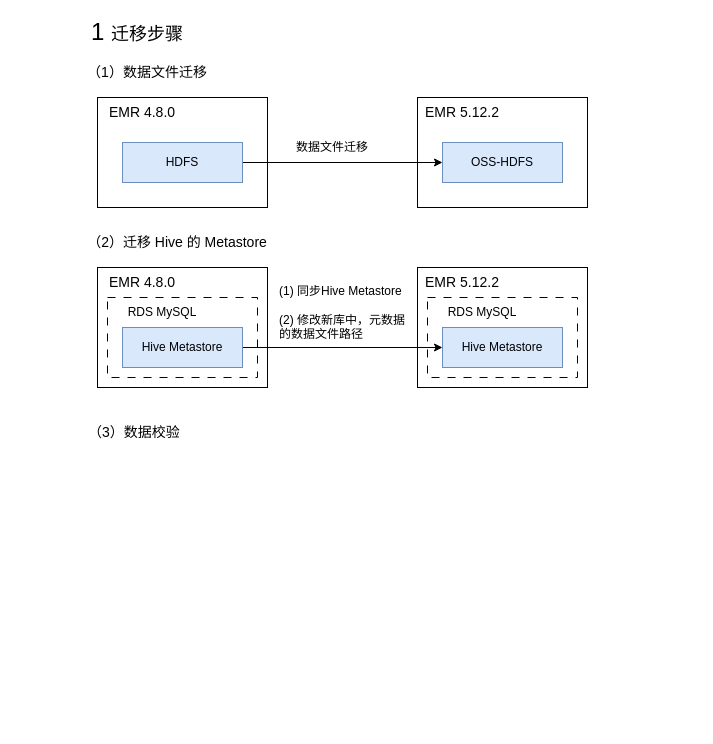
Before: emr_upgrade.drawio in fsJerryChan/fsJerryChan, a draw.io diagram. Source tidied: cells renumbered, new cells numbered last; positions are measured from the earlier drawing's top-left corner, leaving out a move shared by most shapes. Both pictures are drawn from the tidied source at 100%, with x=0, y=0 at pixel (17, 17).
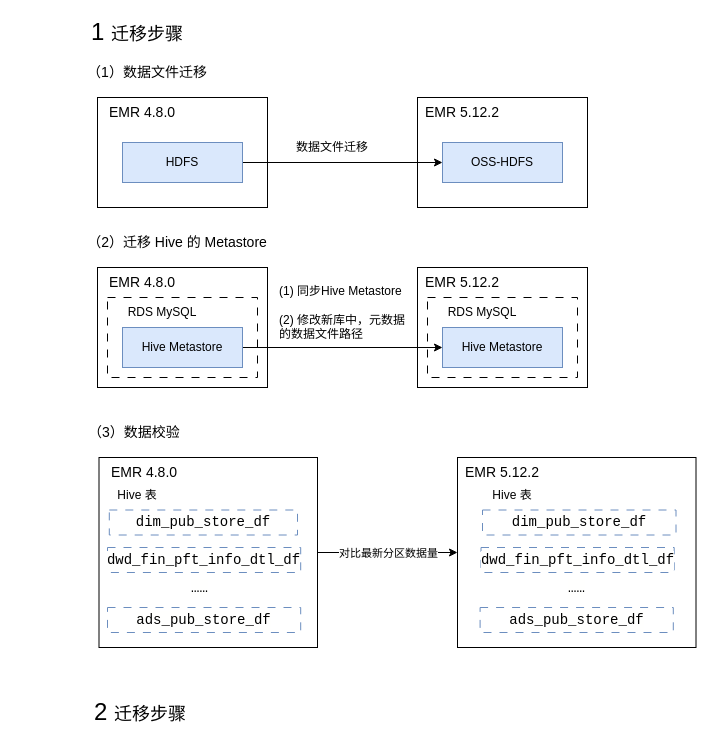
After the change.

Diff of the diagram source:
```diff
@@
-    <mxCell id="2" value="&lt;font style=&quot;font-size: 24px;&quot;&gt;1&amp;nbsp;&lt;/font&gt;&lt;span style=&quot;font-size: 18px;&quot;&gt;迁移步骤&lt;/span&gt;" style="text;strokeColor=none;align=center;fillColor=none;html=1;verticalAlign=middle;whiteSpace=wrap;rounded=0;" parent="1" vertex="1">
-      <mxGeometry width="240" height="30" as="geometry" />
+    <mxCell id="2" value="&lt;font style=&quot;font-size: 24px;&quot;&gt;1&amp;nbsp;&lt;/font&gt;&lt;span style=&quot;font-size: 18px;&quot;&gt;迁移步骤&lt;/span&gt;" style="text;strokeColor=none;align=left;fillColor=none;html=1;verticalAlign=middle;whiteSpace=wrap;rounded=0;" parent="1" vertex="1">
+      <mxGeometry x="71.6" width="100" height="30" as="geometry" />
     </mxCell>
@@
+    <mxCell id="26" style="edgeStyle=orthogonalEdgeStyle;rounded=0;jettySize=auto;html=1;entryX=0;entryY=0.5;entryDx=0;entryDy=0;" parent="1" edge="1" source="28" target="29">
+      <mxGeometry relative="1" as="geometry" />
+    </mxCell>
+    <mxCell id="27" value="对比最新分区数据量" style="edgeLabel;html=1;align=center;verticalAlign=middle;" parent="26" vertex="1">
+      <mxGeometry x="-0.17" y="-2" relative="1" as="geometry">
+        <mxPoint x="12" y="-2" as="offset" />
+      </mxGeometry>
+    </mxCell>
+    <mxCell id="28" style="rounded=0;whiteSpace=wrap;html=1;" parent="1" vertex="1">
+      <mxGeometry x="81.5" y="440" width="218.5" height="190" as="geometry" />
+    </mxCell>
+    <mxCell id="29" style="rounded=0;whiteSpace=wrap;html=1;" parent="1" vertex="1">
+      <mxGeometry x="440" y="440" width="238.5" height="190" as="geometry" />
+    </mxCell>
+    <mxCell id="30" value="&lt;div style=&quot;background-color: rgb(255, 255, 254); font-family: Consolas, &amp;quot;Courier New&amp;quot;, monospace; font-size: 14px; line-height: 19px; white-space: pre;&quot;&gt;dim_pub_store_df&lt;/div&gt;" style="rounded=0;whiteSpace=wrap;html=1;fillColor=none;strokeColor=#6c8ebf;dashed=1;dashPattern=8 8;" parent="1" vertex="1">
+      <mxGeometry x="465" y="492.5" width="193.5" height="25" as="geometry" />
+    </mxCell>
+    <mxCell id="31" value="&lt;div style=&quot;background-color: rgb(255, 255, 254); font-family: Consolas, &amp;quot;Courier New&amp;quot;, monospace; font-size: 14px; line-height: 19px; white-space: pre;&quot;&gt;dim_pub_store_df&lt;/div&gt;" style="rounded=0;whiteSpace=wrap;html=1;fillColor=none;strokeColor=#6c8ebf;dashed=1;dashPattern=8 8;" parent="1" vertex="1">
+      <mxGeometry x="91.8" y="492.5" width="188.2" height="25" as="geometry" />
+    </mxCell>
+    <mxCell id="32" value="&lt;span style=&quot;font-size: 14px;&quot;&gt;EMR 4.8.0&lt;/span&gt;" style="text;strokeColor=none;align=center;fillColor=none;html=1;verticalAlign=middle;whiteSpace=wrap;rounded=0;" parent="1" vertex="1">
+      <mxGeometry x="81.5" y="440" width="90" height="30" as="geometry" />
+    </mxCell>
+    <mxCell id="33" value="&lt;span style=&quot;font-size: 14px;&quot;&gt;EMR 5.12.2&lt;/span&gt;" style="text;strokeColor=none;align=center;fillColor=none;html=1;verticalAlign=middle;whiteSpace=wrap;rounded=0;" parent="1" vertex="1">
+      <mxGeometry x="440" y="440" width="90" height="30" as="geometry" />
+    </mxCell>
+    <mxCell id="34" value="&lt;div style=&quot;color: rgb(0, 0, 0); background-color: rgb(255, 255, 254); font-family: Consolas, &amp;quot;Courier New&amp;quot;, monospace; font-weight: normal; font-size: 14px; line-height: 19px; white-space: pre;&quot;&gt;&lt;div&gt;&lt;span style=&quot;color: rgb(0, 0, 0);&quot;&gt;……&lt;/span&gt;&lt;/div&gt;&lt;/div&gt;" style="text;whiteSpace=wrap;html=1;" parent="1" vertex="1">
+      <mxGeometry x="171.6" y="555" width="30" height="40" as="geometry" />
+    </mxCell>
+    <mxCell id="35" value="&lt;div style=&quot;background-color: rgb(255, 255, 254); font-family: Consolas, &amp;quot;Courier New&amp;quot;, monospace; font-size: 14px; line-height: 19px; white-space: pre;&quot;&gt;&lt;span style=&quot;text-align: left;&quot;&gt;dwd_fin_pft_info_dtl_df&lt;/span&gt;&lt;/div&gt;" style="rounded=0;html=1;fillColor=none;strokeColor=#6c8ebf;dashed=1;dashPattern=8 8;whiteSpace=wrap;" parent="1" vertex="1">
+      <mxGeometry x="90" y="530" width="193.2" height="25" as="geometry" />
+    </mxCell>
+    <mxCell id="36" value="&lt;div style=&quot;background-color: rgb(255, 255, 254); font-family: Consolas, &amp;quot;Courier New&amp;quot;, monospace; font-size: 14px; line-height: 19px; white-space: pre;&quot;&gt;&lt;span style=&quot;text-align: left;&quot;&gt;dwd_fin_pft_info_dtl_df&lt;/span&gt;&lt;/div&gt;" style="rounded=0;html=1;fillColor=none;strokeColor=#6c8ebf;dashed=1;dashPattern=8 8;whiteSpace=wrap;" parent="1" vertex="1">
+      <mxGeometry x="463.5" y="530" width="193.2" height="25" as="geometry" />
+    </mxCell>
+    <mxCell id="37" value="&lt;div style=&quot;color: rgb(0, 0, 0); background-color: rgb(255, 255, 254); font-family: Consolas, &amp;quot;Courier New&amp;quot;, monospace; font-weight: normal; font-size: 14px; line-height: 19px; white-space: pre;&quot;&gt;&lt;div&gt;&lt;span style=&quot;color: rgb(0, 0, 0);&quot;&gt;……&lt;/span&gt;&lt;/div&gt;&lt;/div&gt;" style="text;whiteSpace=wrap;html=1;" parent="1" vertex="1">
+      <mxGeometry x="548.5" y="555" width="30" height="40" as="geometry" />
+    </mxCell>
+    <mxCell id="38" value="&lt;div style=&quot;background-color: rgb(255, 255, 254); font-family: Consolas, &amp;quot;Courier New&amp;quot;, monospace; font-size: 14px; line-height: 19px; white-space: pre;&quot;&gt;&lt;div style=&quot;line-height: 19px;&quot;&gt;&lt;div style=&quot;line-height: 19px;&quot;&gt;ads_pub_store_df&lt;/div&gt;&lt;/div&gt;&lt;/div&gt;" style="rounded=0;html=1;fillColor=none;strokeColor=#6c8ebf;dashed=1;dashPattern=8 8;whiteSpace=wrap;" parent="1" vertex="1">
+      <mxGeometry x="90" y="590" width="193.2" height="25" as="geometry" />
+    </mxCell>
+    <mxCell id="39" value="&lt;div style=&quot;background-color: rgb(255, 255, 254); font-family: Consolas, &amp;quot;Courier New&amp;quot;, monospace; font-size: 14px; line-height: 19px; white-space: pre;&quot;&gt;&lt;div style=&quot;line-height: 19px;&quot;&gt;ads_pub_store_df&lt;/div&gt;&lt;/div&gt;" style="rounded=0;html=1;fillColor=none;strokeColor=#6c8ebf;dashed=1;dashPattern=8 8;whiteSpace=wrap;" parent="1" vertex="1">
+      <mxGeometry x="462.6" y="590" width="193.2" height="25" as="geometry" />
+    </mxCell>
+    <mxCell id="40" value="Hive 表" style="text;strokeColor=none;align=center;fillColor=none;html=1;verticalAlign=middle;whiteSpace=wrap;rounded=0;" parent="1" vertex="1">
+      <mxGeometry x="89.5" y="462.5" width="60" height="30" as="geometry" />
+    </mxCell>
+    <mxCell id="41" value="Hive 表" style="text;strokeColor=none;align=center;fillColor=none;html=1;verticalAlign=middle;whiteSpace=wrap;rounded=0;" parent="1" vertex="1">
+      <mxGeometry x="465" y="462.5" width="60" height="30" as="geometry" />
+    </mxCell>
+    <mxCell id="42" value="&lt;font style=&quot;font-size: 24px;&quot;&gt;2&amp;nbsp;&lt;/font&gt;&lt;span style=&quot;font-size: 18px;&quot;&gt;迁移步骤&lt;/span&gt;" style="text;strokeColor=none;align=left;fillColor=none;html=1;verticalAlign=middle;whiteSpace=wrap;rounded=0;" parent="1" vertex="1">
+      <mxGeometry x="75" y="680" width="100" height="30" as="geometry" />
+    </mxCell>
```
